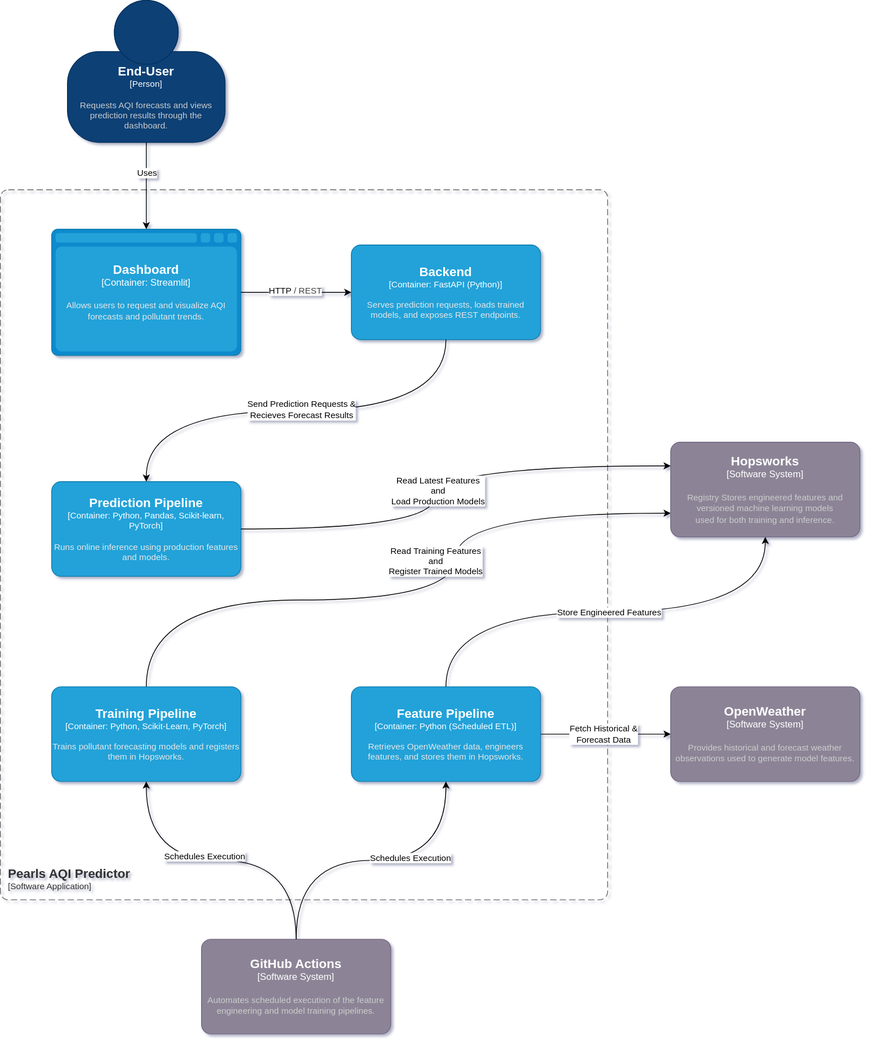
Deadman621/pearls-aqi-predictor keeps this draw.io diagram as docs/03_architecture/figures/container_diagram.svg. Above is the earlier version. Source tidied: cells renumbered, new cells last; positions are measured from the earlier drawing's top-left corner, leaving out a move shared by most shapes.
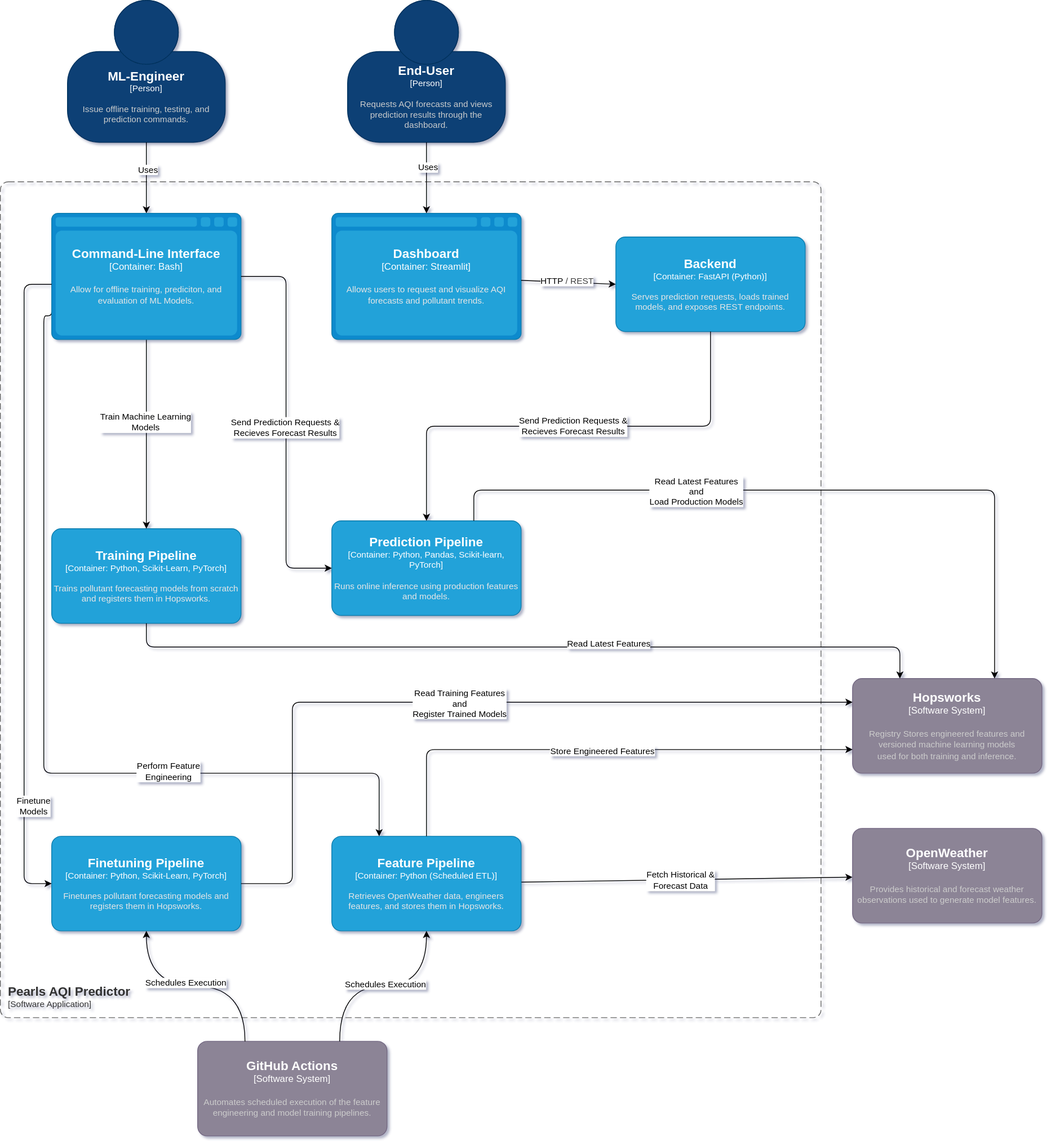
Above is the later version.

Commit message:
refactor(architecture): seperate training, fine tuning pipeline & add CLI layer

Change to the diagram source:
```diff
@@ -6,3 +6,3 @@
       <mxCell style="rounded=1;fontSize=11;whiteSpace=wrap;html=1;dashed=1;arcSize=20;fillColor=none;strokeColor=#666666;fontColor=#333333;labelBackgroundColor=none;align=left;verticalAlign=bottom;labelBorderColor=none;spacingTop=0;spacing=10;dashPattern=8 4;perimeter=rectanglePerimeter;noLabel=0;labelPadding=0;absoluteArcSize=1;" parent="1" vertex="1">
-        <mxGeometry y="240" width="770" height="900" as="geometry" />
+        <mxGeometry y="240" width="1040" height="1060" as="geometry" />
       </mxCell>
@@ -11,3 +11,3 @@
       <mxCell style="shape=mxgraph.c4.webBrowserContainer2;whiteSpace=wrap;html=1;boundedLbl=1;rounded=0;labelBackgroundColor=none;strokeColor=#118ACD;fillColor=#23A2D9;strokeColor=#118ACD;strokeColor2=#0E7DAD;fontSize=12;fontColor=#ffffff;align=center;points=[[0.5,0,0],[1,0.25,0],[1,0.5,0],[1,0.75,0],[0.5,1,0],[0,0.75,0],[0,0.5,0],[0,0.25,0]];rotation=0;" parent="1" vertex="1">
-        <mxGeometry x="65" y="290" width="240" height="160" as="geometry" />
+        <mxGeometry x="420" y="280" width="240" height="160" as="geometry" />
       </mxCell>
@@ -16,3 +16,3 @@
       <mxCell style="rounded=1;whiteSpace=wrap;html=1;fontSize=11;labelBackgroundColor=none;fillColor=#23A2D9;fontColor=#ffffff;align=center;arcSize=10;strokeColor=#0E7DAD;points=[[0.25,0,0],[0.5,0,0],[0.75,0,0],[1,0.25,0],[1,0.5,0],[1,0.75,0],[0.75,1,0],[0.5,1,0],[0.25,1,0],[0,0.75,0],[0,0.5,0],[0,0.25,0]];" parent="1" vertex="1">
-        <mxGeometry x="445" y="310" width="240" height="120" as="geometry" />
+        <mxGeometry x="780" y="310" width="240" height="120" as="geometry" />
       </mxCell>
@@ -33,8 +33,8 @@
       <mxCell style="rounded=1;whiteSpace=wrap;html=1;fontSize=11;labelBackgroundColor=none;fillColor=#23A2D9;fontColor=#ffffff;align=center;arcSize=10;strokeColor=#0E7DAD;points=[[0.25,0,0],[0.5,0,0],[0.75,0,0],[1,0.25,0],[1,0.5,0],[1,0.75,0],[0.75,1,0],[0.5,1,0],[0.25,1,0],[0,0.75,0],[0,0.5,0],[0,0.25,0]];" parent="1" vertex="1">
-        <mxGeometry x="445" y="870" width="240" height="120" as="geometry" />
+        <mxGeometry x="420" y="1070" width="240" height="120" as="geometry" />
       </mxCell>
     </object>
-    <object id="10" label="&lt;font style=&quot;font-size: 16px&quot;&gt;&lt;b&gt;%c4Name%&lt;/b&gt;&lt;/font&gt;&lt;div&gt;[%c4Type%: %c4Technology%]&lt;/div&gt;&lt;br&gt;&lt;div&gt;&lt;font style=&quot;font-size: 11px&quot;&gt;&lt;font color=&quot;#E6E6E6&quot;&gt;%c4Description%&lt;/font&gt;&lt;/div&gt;" c4Description="Trains pollutant forecasting models and registers them in Hopsworks." c4Name="Training Pipeline" c4Technology="Python, Scikit-Learn, PyTorch" c4Type="Container" placeholders="1">
+    <object id="10" label="&lt;font style=&quot;font-size: 16px&quot;&gt;&lt;b&gt;%c4Name%&lt;/b&gt;&lt;/font&gt;&lt;div&gt;[%c4Type%: %c4Technology%]&lt;/div&gt;&lt;br&gt;&lt;div&gt;&lt;font style=&quot;font-size: 11px&quot;&gt;&lt;font color=&quot;#E6E6E6&quot;&gt;%c4Description%&lt;/font&gt;&lt;/div&gt;" c4Description="Finetunes pollutant forecasting models and registers them in Hopsworks." c4Name="Finetuning Pipeline" c4Technology="Python, Scikit-Learn, PyTorch" c4Type="Container" placeholders="1">
       <mxCell style="rounded=1;whiteSpace=wrap;html=1;fontSize=11;labelBackgroundColor=none;fillColor=#23A2D9;fontColor=#ffffff;align=center;arcSize=10;strokeColor=#0E7DAD;points=[[0.25,0,0],[0.5,0,0],[0.75,0,0],[1,0.25,0],[1,0.5,0],[1,0.75,0],[0.75,1,0],[0.5,1,0],[0.25,1,0],[0,0.75,0],[0,0.5,0],[0,0.25,0]];" parent="1" vertex="1">
-        <mxGeometry x="65" y="870" width="240" height="120" as="geometry" />
+        <mxGeometry x="65" y="1070" width="240" height="120" as="geometry" />
       </mxCell>
@@ -43,3 +43,3 @@
       <mxCell style="rounded=1;whiteSpace=wrap;html=1;labelBackgroundColor=none;fillColor=#8C8496;fontColor=#ffffff;align=center;arcSize=10;strokeColor=#736782;points=[[0.25,0,0],[0.5,0,0],[0.75,0,0],[1,0.25,0],[1,0.5,0],[1,0.75,0],[0.75,1,0],[0.5,1,0],[0.25,1,0],[0,0.75,0],[0,0.5,0],[0,0.25,0]];" parent="1" vertex="1">
-        <mxGeometry x="850" y="870" width="240" height="120" as="geometry" />
+        <mxGeometry x="1080" y="1060" width="240" height="120" as="geometry" />
       </mxCell>
@@ -48,3 +48,3 @@
       <mxCell style="rounded=1;whiteSpace=wrap;html=1;labelBackgroundColor=none;fillColor=#8C8496;fontColor=#ffffff;align=center;arcSize=10;strokeColor=#736782;points=[[0.25,0,0],[0.5,0,0],[0.75,0,0],[1,0.25,0],[1,0.5,0],[1,0.75,0],[0.75,1,0],[0.5,1,0],[0.25,1,0],[0,0.75,0],[0,0.5,0],[0,0.25,0]];" parent="1" vertex="1">
-        <mxGeometry x="255" y="1190" width="240" height="120" as="geometry" />
+        <mxGeometry x="250" y="1330" width="240" height="120" as="geometry" />
       </mxCell>
@@ -53,3 +53,3 @@
       <mxCell style="rounded=1;whiteSpace=wrap;html=1;labelBackgroundColor=none;fillColor=#8C8496;fontColor=#ffffff;align=center;arcSize=10;strokeColor=#736782;points=[[0.25,0,0],[0.5,0,0],[0.75,0,0],[1,0.25,0],[1,0.5,0],[1,0.75,0],[0.75,1,0],[0.5,1,0],[0.25,1,0],[0,0.75,0],[0,0.5,0],[0,0.25,0]];" parent="1" vertex="1">
-        <mxGeometry x="850" y="560" width="240" height="120" as="geometry" />
+        <mxGeometry x="1080" y="870" width="240" height="120" as="geometry" />
       </mxCell>
@@ -58,3 +58,3 @@
       <mxCell style="html=1;fontSize=11;dashed=0;whiteSpace=wrap;fillColor=#083F75;strokeColor=#06315C;fontColor=#ffffff;shape=mxgraph.c4.person2;align=center;points=[[0.5,0,0],[1,0.5,0],[1,0.75,0],[0.75,1,0],[0.5,1,0],[0.25,1,0],[0,0.75,0],[0,0.5,0]];" parent="1" vertex="1">
-        <mxGeometry x="85" width="200" height="180" as="geometry" />
+        <mxGeometry x="440" y="10" width="200" height="180" as="geometry" />
       </mxCell>
@@ -72,3 +72,3 @@
     </mxCell>
-    <mxCell id="18" style="edgeStyle=orthogonalEdgeStyle;html=1;entryX=0.5;entryY=1;entryDx=0;entryDy=0;entryPerimeter=0;curved=1;" parent="1" edge="1" source="12" target="9">
+    <mxCell id="18" style="edgeStyle=orthogonalEdgeStyle;html=1;entryX=0.5;entryY=1;entryDx=0;entryDy=0;entryPerimeter=0;curved=1;exitX=0.75;exitY=0;exitDx=0;exitDy=0;exitPerimeter=0;" parent="1" edge="1" source="12" target="9">
       <mxGeometry relative="1" as="geometry" />
@@ -77,6 +77,6 @@
       <mxGeometry x="0.26" y="4" relative="1" as="geometry">
-        <mxPoint x="-1" as="offset" />
+        <mxPoint x="-30" as="offset" />
       </mxGeometry>
     </mxCell>
-    <mxCell id="20" style="html=1;exitX=0.5;exitY=0;exitDx=0;exitDy=0;exitPerimeter=0;entryX=0.5;entryY=1;entryDx=0;entryDy=0;entryPerimeter=0;edgeStyle=orthogonalEdgeStyle;curved=1;" parent="1" edge="1" source="9" target="13">
+    <mxCell id="20" style="html=1;exitX=0.5;exitY=0;exitDx=0;exitDy=0;exitPerimeter=0;entryX=0;entryY=0.75;entryDx=0;entryDy=0;entryPerimeter=0;edgeStyle=orthogonalEdgeStyle;" parent="1" edge="1" source="9" target="13">
       <mxGeometry relative="1" as="geometry" />
@@ -88,3 +88,3 @@
     </mxCell>
-    <mxCell id="22" style="edgeStyle=orthogonalEdgeStyle;html=1;entryX=0.5;entryY=1;entryDx=0;entryDy=0;entryPerimeter=0;curved=1;" parent="1" edge="1" source="12" target="10">
+    <mxCell id="22" style="edgeStyle=orthogonalEdgeStyle;html=1;entryX=0.5;entryY=1;entryDx=0;entryDy=0;entryPerimeter=0;curved=1;exitX=0.25;exitY=0;exitDx=0;exitDy=0;exitPerimeter=0;" parent="1" edge="1" source="12" target="10">
       <mxGeometry relative="1" as="geometry" />
@@ -96,6 +96,6 @@
       <mxCell style="rounded=1;whiteSpace=wrap;html=1;fontSize=11;labelBackgroundColor=none;fillColor=#23A2D9;fontColor=#ffffff;align=center;arcSize=10;strokeColor=#0E7DAD;points=[[0.25,0,0],[0.5,0,0],[0.75,0,0],[1,0.25,0],[1,0.5,0],[1,0.75,0],[0.75,1,0],[0.5,1,0],[0.25,1,0],[0,0.75,0],[0,0.5,0],[0,0.25,0]];" parent="1" vertex="1">
-        <mxGeometry x="65" y="610" width="240" height="120" as="geometry" />
+        <mxGeometry x="420" y="670" width="240" height="120" as="geometry" />
       </mxCell>
     </object>
-    <mxCell id="25" style="edgeStyle=orthogonalEdgeStyle;html=1;entryX=0.5;entryY=0;entryDx=0;entryDy=0;entryPerimeter=0;curved=1;exitX=0.5;exitY=1;exitDx=0;exitDy=0;exitPerimeter=0;" parent="1" edge="1" source="4" target="24">
+    <mxCell id="25" style="edgeStyle=orthogonalEdgeStyle;html=1;entryX=0.5;entryY=0;entryDx=0;entryDy=0;entryPerimeter=0;exitX=0.5;exitY=1;exitDx=0;exitDy=0;exitPerimeter=0;" parent="1" edge="1" source="4" target="24">
       <mxGeometry relative="1" as="geometry" />
@@ -107,8 +107,7 @@
     </mxCell>
-    <mxCell id="27" style="html=1;entryX=0;entryY=0.75;entryDx=0;entryDy=0;entryPerimeter=0;edgeStyle=orthogonalEdgeStyle;curved=1;" parent="1" edge="1" source="10" target="13">
+    <mxCell id="27" style="html=1;edgeStyle=orthogonalEdgeStyle;entryX=0;entryY=0.25;entryDx=0;entryDy=0;entryPerimeter=0;" parent="1" edge="1" source="10" target="13">
       <mxGeometry relative="1" as="geometry">
         <Array as="points">
-          <mxPoint x="185" y="760" />
-          <mxPoint x="578" y="760" />
-          <mxPoint x="578" y="650" />
+          <mxPoint x="370" y="1130" />
+          <mxPoint x="370" y="900" />
         </Array>
@@ -118,10 +117,10 @@
       <mxGeometry x="-0.1" y="30" relative="1" as="geometry">
-        <mxPoint x="79" y="-20" as="offset" />
+        <mxPoint x="55" y="30" as="offset" />
       </mxGeometry>
     </mxCell>
-    <mxCell id="29" style="html=1;entryX=0;entryY=0.25;entryDx=0;entryDy=0;entryPerimeter=0;edgeStyle=orthogonalEdgeStyle;curved=1;" parent="1" edge="1" source="24" target="13">
+    <mxCell id="29" style="html=1;entryX=0.75;entryY=0;entryDx=0;entryDy=0;entryPerimeter=0;edgeStyle=orthogonalEdgeStyle;exitX=0.75;exitY=0;exitDx=0;exitDy=0;exitPerimeter=0;" parent="1" edge="1" source="24" target="13">
       <mxGeometry relative="1" as="geometry">
         <Array as="points">
-          <mxPoint x="550" y="670" />
-          <mxPoint x="550" y="590" />
+          <mxPoint x="600" y="631" />
+          <mxPoint x="1260" y="631" />
         </Array>
@@ -131,5 +130,86 @@
       <mxGeometry x="-0.18" y="-4" relative="1" as="geometry">
-        <mxPoint y="-39" as="offset" />
+        <mxPoint x="-64" y="-4" as="offset" />
       </mxGeometry>
     </mxCell>
+    <object id="31" label="&lt;font style=&quot;font-size: 16px&quot;&gt;&lt;b&gt;%c4Name%&lt;/b&gt;&lt;/font&gt;&lt;div&gt;[%c4Type%]&lt;/div&gt;&lt;br&gt;&lt;div&gt;&lt;font style=&quot;font-size: 11px&quot;&gt;&lt;font color=&quot;#cccccc&quot;&gt;%c4Description%&lt;/font&gt;&lt;/div&gt;" c4Description="Issue offline training, testing, and prediction commands." c4Name="ML-Engineer" c4Type="Person" placeholders="1">
+      <mxCell style="html=1;fontSize=11;dashed=0;whiteSpace=wrap;fillColor=#083F75;strokeColor=#06315C;fontColor=#ffffff;shape=mxgraph.c4.person2;align=center;points=[[0.5,0,0],[1,0.5,0],[1,0.75,0],[0.75,1,0],[0.5,1,0],[0.25,1,0],[0,0.75,0],[0,0.5,0]];" parent="1" vertex="1">
+        <mxGeometry x="85" y="10" width="200" height="180" as="geometry" />
+      </mxCell>
+    </object>
+    <mxCell id="32" style="edgeStyle=none;html=1;exitX=0.5;exitY=1;exitDx=0;exitDy=0;exitPerimeter=0;entryX=0.5;entryY=0;entryDx=0;entryDy=0;entryPerimeter=0;" parent="1" edge="1" source="31" target="39">
+      <mxGeometry relative="1" as="geometry" />
+    </mxCell>
+    <mxCell id="33" value="Uses" style="edgeLabel;html=1;align=center;verticalAlign=middle;" parent="32" vertex="1">
+      <mxGeometry x="-0.27" y="-1" relative="1" as="geometry">
+        <mxPoint x="1" as="offset" />
+      </mxGeometry>
+    </mxCell>
+    <object id="34" label="&lt;font style=&quot;font-size: 16px&quot;&gt;&lt;b&gt;%c4Name%&lt;/b&gt;&lt;/font&gt;&lt;div&gt;[%c4Type%: %c4Technology%]&lt;/div&gt;&lt;br&gt;&lt;div&gt;&lt;font style=&quot;font-size: 11px&quot;&gt;&lt;font color=&quot;#E6E6E6&quot;&gt;%c4Description%&lt;/font&gt;&lt;/div&gt;" c4Description="Trains pollutant forecasting models from scratch and registers them in Hopsworks." c4Name="Training Pipeline" c4Technology="Python, Scikit-Learn, PyTorch" c4Type="Container" placeholders="1">
+      <mxCell style="rounded=1;whiteSpace=wrap;html=1;fontSize=11;labelBackgroundColor=none;fillColor=#23A2D9;fontColor=#ffffff;align=center;arcSize=10;strokeColor=#0E7DAD;points=[[0.25,0,0],[0.5,0,0],[0.75,0,0],[1,0.25,0],[1,0.5,0],[1,0.75,0],[0.75,1,0],[0.5,1,0],[0.25,1,0],[0,0.75,0],[0,0.5,0],[0,0.25,0]];" parent="1" vertex="1">
+        <mxGeometry x="65" y="680" width="240" height="120" as="geometry" />
+      </mxCell>
+    </object>
+    <mxCell id="35" style="edgeStyle=none;html=1;" parent="1" edge="1" source="39" target="34">
+      <mxGeometry relative="1" as="geometry" />
+    </mxCell>
+    <mxCell id="36" value="Train Machine Learning&lt;br&gt;Models" style="edgeLabel;html=1;align=center;verticalAlign=middle;" parent="35" vertex="1">
+      <mxGeometry x="-0.14" y="-3" relative="1" as="geometry" />
+    </mxCell>
+    <mxCell id="37" style="edgeStyle=orthogonalEdgeStyle;html=1;exitX=0;exitY=0.75;exitDx=0;exitDy=0;exitPerimeter=0;entryX=0.25;entryY=0;entryDx=0;entryDy=0;entryPerimeter=0;" parent="1" edge="1" source="39" target="9">
+      <mxGeometry relative="1" as="geometry">
+        <Array as="points">
+          <mxPoint x="65" y="410" />
+          <mxPoint x="55" y="410" />
+          <mxPoint x="55" y="990" />
+          <mxPoint x="480" y="990" />
+        </Array>
+      </mxGeometry>
+    </mxCell>
+    <mxCell id="38" value="Perform Feature&lt;br&gt;Engineering" style="edgeLabel;html=1;align=center;verticalAlign=middle;" parent="37" vertex="1">
+      <mxGeometry x="0.37" y="4" relative="1" as="geometry" />
+    </mxCell>
+    <object id="39" label="&lt;font style=&quot;font-size: 16px&quot;&gt;&lt;b&gt;%c4Name%&lt;/b&gt;&lt;/font&gt;&lt;div&gt;[%c4Type%:&amp;nbsp;%c4Technology%]&lt;/div&gt;&lt;br&gt;&lt;div&gt;&lt;font style=&quot;font-size: 11px&quot;&gt;&lt;font color=&quot;#E6E6E6&quot;&gt;%c4Description%&lt;/font&gt;&lt;/div&gt;" c4Description="Allow for offline training, prediciton, and evaluation of ML Models." c4Name="Command-Line Interface" c4Technology="Bash" c4Type="Container" placeholders="1">
+      <mxCell style="shape=mxgraph.c4.webBrowserContainer2;whiteSpace=wrap;html=1;boundedLbl=1;rounded=0;labelBackgroundColor=none;strokeColor=#118ACD;fillColor=#23A2D9;strokeColor=#118ACD;strokeColor2=#0E7DAD;fontSize=12;fontColor=#ffffff;align=center;points=[[0.5,0,0],[1,0.25,0],[1,0.5,0],[1,0.75,0],[0.5,1,0],[0,0.75,0],[0,0.5,0],[0,0.25,0]];rotation=0;" parent="1" vertex="1">
+        <mxGeometry x="65" y="280" width="240" height="160" as="geometry" />
+      </mxCell>
+    </object>
+    <mxCell id="40" style="edgeStyle=orthogonalEdgeStyle;html=1;entryX=0;entryY=0.5;entryDx=0;entryDy=0;entryPerimeter=0;" parent="1" edge="1" source="39" target="24">
+      <mxGeometry relative="1" as="geometry">
+        <Array as="points">
+          <mxPoint x="362" y="360" />
+          <mxPoint x="362" y="730" />
+        </Array>
+      </mxGeometry>
+    </mxCell>
+    <mxCell id="41" value="&lt;span style=&quot;color: rgb(0, 0, 0);&quot;&gt;Send Prediction Requests &amp;amp;&lt;/span&gt;&lt;br style=&quot;color: rgb(63, 63, 63); scrollbar-color: rgb(226, 226, 226) rgb(251, 251, 251);&quot;&gt;&lt;span style=&quot;color: rgb(0, 0, 0);&quot;&gt;Recieves Forecast Results&lt;/span&gt;" style="edgeLabel;html=1;align=center;verticalAlign=middle;" parent="40" vertex="1">
+      <mxGeometry x="-0.06" y="-3" relative="1" as="geometry">
+        <mxPoint y="21" as="offset" />
+      </mxGeometry>
+    </mxCell>
+    <mxCell id="42" style="edgeStyle=orthogonalEdgeStyle;html=1;entryX=0.25;entryY=0;entryDx=0;entryDy=0;entryPerimeter=0;" parent="1" edge="1" source="34" target="13">
+      <mxGeometry relative="1" as="geometry">
+        <Array as="points">
+          <mxPoint x="185" y="830" />
+          <mxPoint x="1140" y="830" />
+        </Array>
+      </mxGeometry>
+    </mxCell>
+    <mxCell id="43" value="&lt;span style=&quot;scrollbar-color: rgb(226, 226, 226) rgb(251, 251, 251); color: rgb(0, 0, 0);&quot;&gt;Read Latest Features&lt;/span&gt;" style="edgeLabel;html=1;align=center;verticalAlign=middle;" parent="1" vertex="1">
+      <mxGeometry x="780" y="830" as="geometry">
+        <mxPoint x="-11" y="-6" as="offset" />
+      </mxGeometry>
+    </mxCell>
+    <mxCell id="44" style="edgeStyle=orthogonalEdgeStyle;html=1;entryX=0;entryY=0.5;entryDx=0;entryDy=0;entryPerimeter=0;" parent="1" edge="1" source="39" target="10">
+      <mxGeometry relative="1" as="geometry">
+        <Array as="points">
+          <mxPoint x="30" y="370" />
+          <mxPoint x="30" y="1130" />
+        </Array>
+      </mxGeometry>
+    </mxCell>
+    <mxCell id="45" value="Finetune&lt;br&gt;Models" style="edgeLabel;html=1;align=center;verticalAlign=middle;" parent="44" vertex="1">
+      <mxGeometry x="0.64" y="5" relative="1" as="geometry">
+        <mxPoint x="5" y="15" as="offset" />
+      </mxGeometry>
+    </mxCell>
   </root>
```
